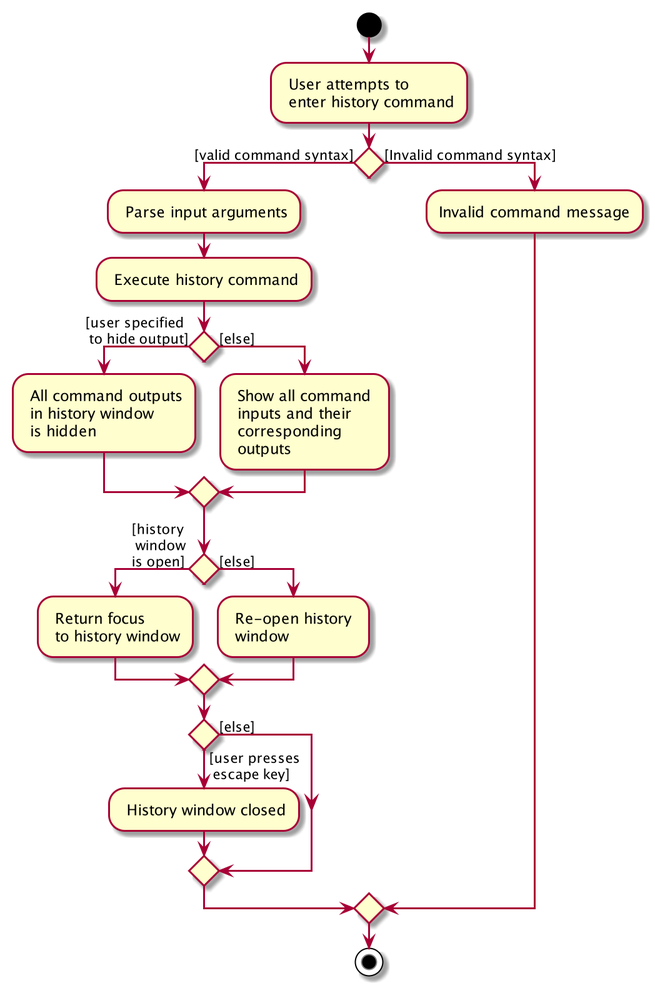
Above: docs/images/HistoryCommandActivityDiagram.png in nus-cs2103-AY1920S1/addressbook-level3 (PlantUML), before the change. Source of this version:
```plantuml
@startuml

start
- User attempts to\n enter history command
if () then ([valid command syntax])

    - Parse input arguments
    - Execute history command

    if () then ([user specified \n to hide output])
        - All command outputs\n in history window\n is hidden

    else ([else])
        - Show all command \n inputs and their \n corresponding \n outputs
    endif

    if () then ([history \n window \nis open])
        - Return focus \n to history window
    else([else])
        - Re-open history \n window
    endif

    if () then ([user presses \n escape key])
        - History window closed
    else([else])

    endif

else ([Invalid command syntax])
-Invalid command message
endif

stop
@enduml
```
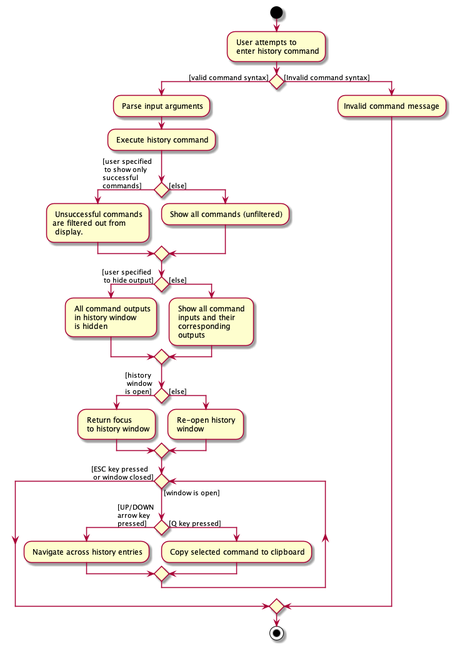
Above is the later version.

The edit, as a diff of the source:
```diff
@@ -6,6 +6,14 @@
 
     - Parse input arguments
     - Execute history command
+
+        if () then ([user specified \n to show only\nsuccessful\ncommands])
+            - Unsuccessful commands\nare filtered out from\n display.
+
+        else ([else])
+            - Show all commands (unfiltered)
+        endif
+
 
     if () then ([user specified \n to hide output])
         - All command outputs\n in history window\n is hidden
@@ -20,11 +28,16 @@
         - Re-open history \n window
     endif
 
-    if () then ([user presses \n escape key])
-        - History window closed
-    else([else])
+    while () is ([window is open])
 
-    endif
+        if () then ([UP/DOWN\narrow key\npressed])
+            - Navigate across history entries
+        else([Q key pressed])
+            - Copy selected command to clipboard
+
+        endif
+
+    endwhile ([ESC key pressed\n or window closed])
 
 else ([Invalid command syntax])
 -Invalid command message
```
